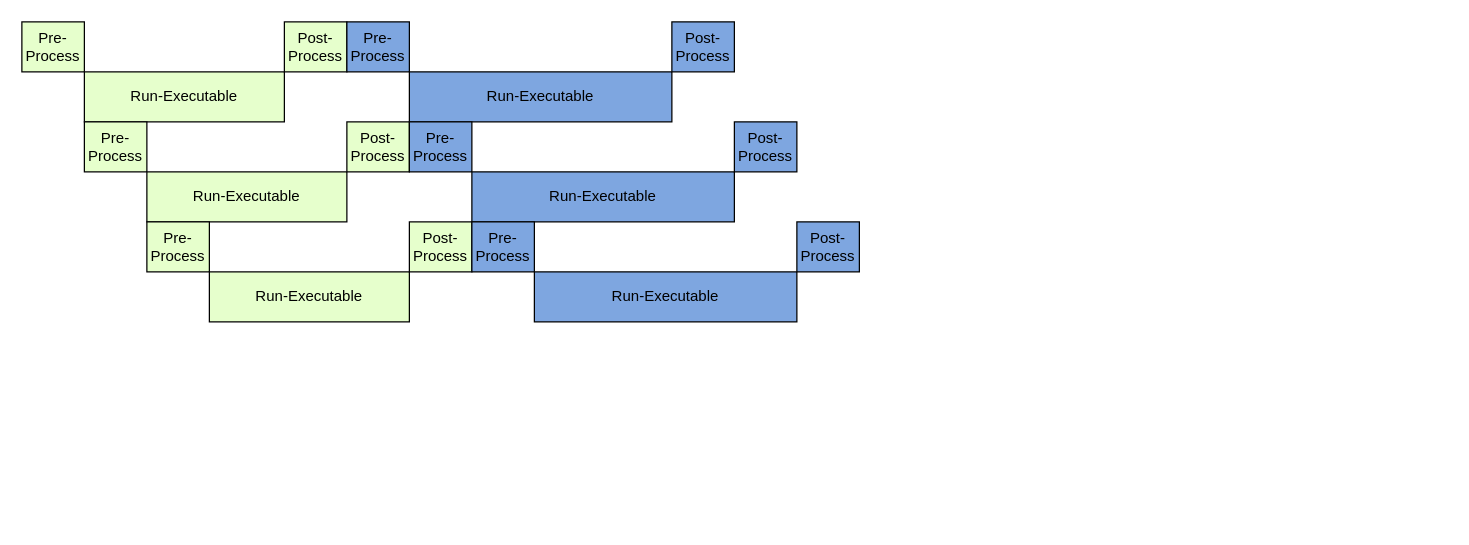
Before: page "Page-4" (4 of 4) of cqm_inter_sync.drawio in huntershuai/file_sync, a draw.io diagram. Source tidied: cells renumbered, new cells numbered last; positions are measured from the earlier drawing's top-left corner, leaving out a move shared by most shapes. Both pictures are drawn from the tidied source at 125%, with x=0, y=0 at pixel (21, 21).
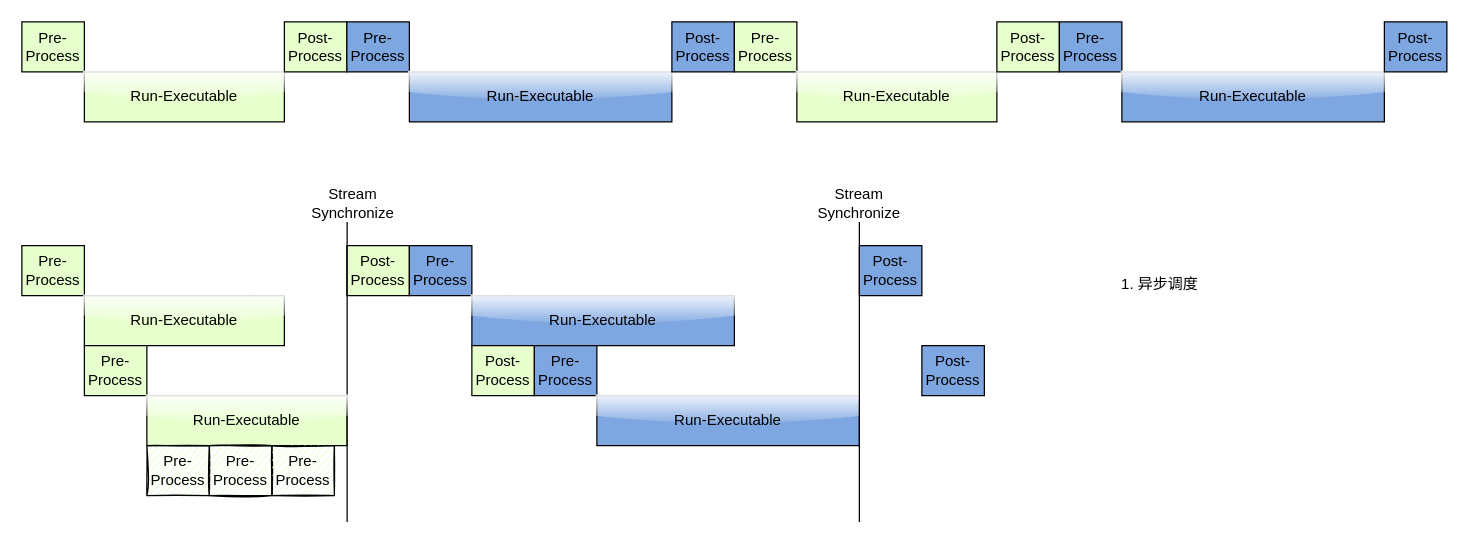
After the change.

What changed in the source:
```diff
@@
-    <mxCell id="3" value="Run-Executable" style="rounded=0;whiteSpace=wrap;html=1;fillColor=#E6FFCC;" parent="1" vertex="1">
+    <mxCell id="3" value="Run-Executable" style="rounded=0;whiteSpace=wrap;html=1;fillColor=#E6FFCC;glass=1;" parent="1" vertex="1">
       <mxGeometry x="50" y="40" width="160" height="40" as="geometry" />
     </mxCell>
@@
-    <mxCell id="6" value="Run-Executable" style="rounded=0;whiteSpace=wrap;html=1;fillColor=#7EA6E0;" parent="1" vertex="1">
+    <mxCell id="6" value="Run-Executable" style="rounded=0;whiteSpace=wrap;html=1;fillColor=#7EA6E0;glass=1;" parent="1" vertex="1">
       <mxGeometry x="310" y="40" width="210" height="40" as="geometry" />
     </mxCell>
@@
-    <mxCell id="8" value="Pre-Process" style="rounded=0;whiteSpace=wrap;html=1;fillColor=#E6FFCC;" parent="1" vertex="1">
-      <mxGeometry x="50" y="80" width="50" height="40" as="geometry" />
-    </mxCell>
-    <mxCell id="9" value="Run-Executable" style="rounded=0;whiteSpace=wrap;html=1;fillColor=#E6FFCC;" parent="1" vertex="1">
-      <mxGeometry x="100" y="120" width="160" height="40" as="geometry" />
-    </mxCell>
-    <mxCell id="10" value="Post-Process" style="rounded=0;whiteSpace=wrap;html=1;fillColor=#E6FFCC;" parent="1" vertex="1">
-      <mxGeometry x="260" y="80" width="50" height="40" as="geometry" />
-    </mxCell>
-    <mxCell id="11" value="Pre-Process" style="rounded=0;whiteSpace=wrap;html=1;fillColor=#7EA6E0;" parent="1" vertex="1">
-      <mxGeometry x="310" y="80" width="50" height="40" as="geometry" />
-    </mxCell>
-    <mxCell id="12" value="Run-Executable" style="rounded=0;whiteSpace=wrap;html=1;fillColor=#7EA6E0;" parent="1" vertex="1">
-      <mxGeometry x="360" y="120" width="210" height="40" as="geometry" />
-    </mxCell>
-    <mxCell id="13" value="Post-Process" style="rounded=0;whiteSpace=wrap;html=1;fillColor=#7EA6E0;" parent="1" vertex="1">
-      <mxGeometry x="570" y="80" width="50" height="40" as="geometry" />
-    </mxCell>
-    <mxCell id="14" value="Pre-Process" style="rounded=0;whiteSpace=wrap;html=1;fillColor=#E6FFCC;" parent="1" vertex="1">
-      <mxGeometry x="100" y="160" width="50" height="40" as="geometry" />
-    </mxCell>
-    <mxCell id="15" value="Run-Executable" style="rounded=0;whiteSpace=wrap;html=1;fillColor=#E6FFCC;" parent="1" vertex="1">
-      <mxGeometry x="150" y="200" width="160" height="40" as="geometry" />
-    </mxCell>
-    <mxCell id="16" value="Post-Process" style="rounded=0;whiteSpace=wrap;html=1;fillColor=#E6FFCC;" parent="1" vertex="1">
-      <mxGeometry x="310" y="160" width="50" height="40" as="geometry" />
-    </mxCell>
-    <mxCell id="17" value="Pre-Process" style="rounded=0;whiteSpace=wrap;html=1;fillColor=#7EA6E0;" parent="1" vertex="1">
-      <mxGeometry x="360" y="160" width="50" height="40" as="geometry" />
-    </mxCell>
-    <mxCell id="18" value="Run-Executable" style="rounded=0;whiteSpace=wrap;html=1;fillColor=#7EA6E0;" parent="1" vertex="1">
-      <mxGeometry x="410" y="200" width="210" height="40" as="geometry" />
-    </mxCell>
-    <mxCell id="19" value="Post-Process" style="rounded=0;whiteSpace=wrap;html=1;fillColor=#7EA6E0;" parent="1" vertex="1">
-      <mxGeometry x="620" y="160" width="50" height="40" as="geometry" />
-    </mxCell>
+    <mxCell id="20" value="Pre-Process" style="rounded=0;whiteSpace=wrap;html=1;fillColor=#E6FFCC;" parent="1" vertex="1">
+      <mxGeometry y="179" width="50" height="40" as="geometry" />
+    </mxCell>
+    <mxCell id="21" value="Run-Executable" style="rounded=0;whiteSpace=wrap;html=1;fillColor=#E6FFCC;gradientColor=none;glass=1;sketch=0;shadow=0;" parent="1" vertex="1">
+      <mxGeometry x="50" y="219" width="160" height="40" as="geometry" />
+    </mxCell>
+    <mxCell id="22" value="Post-Process" style="rounded=0;whiteSpace=wrap;html=1;fillColor=#E6FFCC;" parent="1" vertex="1">
+      <mxGeometry x="260" y="179" width="50" height="40" as="geometry" />
+    </mxCell>
+    <mxCell id="23" value="Pre-Process" style="rounded=0;whiteSpace=wrap;html=1;fillColor=#7EA6E0;" parent="1" vertex="1">
+      <mxGeometry x="310" y="179" width="50" height="40" as="geometry" />
+    </mxCell>
+    <mxCell id="24" value="Run-Executable" style="rounded=0;whiteSpace=wrap;html=1;fillColor=#7EA6E0;glass=1;" parent="1" vertex="1">
+      <mxGeometry x="360" y="219" width="210" height="40" as="geometry" />
+    </mxCell>
+    <mxCell id="25" value="Post-Process" style="rounded=0;whiteSpace=wrap;html=1;fillColor=#7EA6E0;" parent="1" vertex="1">
+      <mxGeometry x="670" y="179" width="50" height="40" as="geometry" />
+    </mxCell>
+    <mxCell id="26" value="Pre-Process" style="rounded=0;whiteSpace=wrap;html=1;fillColor=#E6FFCC;" parent="1" vertex="1">
+      <mxGeometry x="50" y="259" width="50" height="40" as="geometry" />
+    </mxCell>
+    <mxCell id="27" value="Post-Process" style="rounded=0;whiteSpace=wrap;html=1;fillColor=#E6FFCC;" parent="1" vertex="1">
+      <mxGeometry x="360" y="259" width="50" height="40" as="geometry" />
+    </mxCell>
+    <mxCell id="28" value="Pre-Process" style="rounded=0;whiteSpace=wrap;html=1;fillColor=#7EA6E0;" parent="1" vertex="1">
+      <mxGeometry x="410" y="259" width="50" height="40" as="geometry" />
+    </mxCell>
+    <mxCell id="29" value="Run-Executable" style="rounded=0;whiteSpace=wrap;html=1;fillColor=#7EA6E0;glass=1;" parent="1" vertex="1">
+      <mxGeometry x="460" y="299" width="210" height="40" as="geometry" />
+    </mxCell>
+    <mxCell id="30" value="Post-Process" style="rounded=0;whiteSpace=wrap;html=1;fillColor=#7EA6E0;" parent="1" vertex="1">
+      <mxGeometry x="720" y="259" width="50" height="40" as="geometry" />
+    </mxCell>
+    <mxCell id="31" style="endArrow=none;html=1;rounded=0;" parent="1" edge="1">
+      <mxGeometry relative="1" as="geometry">
+        <mxPoint x="260.2" y="400" as="sourcePoint" />
+        <mxPoint x="260.2" y="160" as="targetPoint" />
+      </mxGeometry>
+    </mxCell>
+    <mxCell id="32" value="Run-Executable" style="rounded=0;whiteSpace=wrap;html=1;fillColor=#E6FFCC;gradientColor=none;glass=1;sketch=0;shadow=0;" parent="1" vertex="1">
+      <mxGeometry x="100" y="299" width="160" height="40" as="geometry" />
+    </mxCell>
+    <mxCell id="33" style="endArrow=none;html=1;rounded=0;" parent="1" edge="1">
+      <mxGeometry relative="1" as="geometry">
+        <mxPoint x="670" y="400" as="sourcePoint" />
+        <mxPoint x="670" y="160" as="targetPoint" />
+      </mxGeometry>
+    </mxCell>
+    <mxCell id="34" value="Stream Synchronize" style="text;html=1;strokeColor=none;fillColor=none;align=center;verticalAlign=middle;whiteSpace=wrap;rounded=0;shadow=0;glass=1;sketch=0;" parent="1" vertex="1">
+      <mxGeometry x="235" y="130" width="60" height="30" as="geometry" />
+    </mxCell>
+    <mxCell id="35" value="Stream Synchronize" style="text;html=1;strokeColor=none;fillColor=none;align=center;verticalAlign=middle;whiteSpace=wrap;rounded=0;shadow=0;glass=1;sketch=0;" parent="1" vertex="1">
+      <mxGeometry x="640" y="130" width="60" height="30" as="geometry" />
+    </mxCell>
+    <mxCell id="36" value="Pre-Process" style="rounded=0;whiteSpace=wrap;html=1;fillColor=#E6FFCC;" parent="1" vertex="1">
+      <mxGeometry x="570" width="50" height="40" as="geometry" />
+    </mxCell>
+    <mxCell id="37" value="Run-Executable" style="rounded=0;whiteSpace=wrap;html=1;fillColor=#E6FFCC;glass=1;" parent="1" vertex="1">
+      <mxGeometry x="620" y="40" width="160" height="40" as="geometry" />
+    </mxCell>
+    <mxCell id="38" value="Post-Process" style="rounded=0;whiteSpace=wrap;html=1;fillColor=#E6FFCC;" parent="1" vertex="1">
+      <mxGeometry x="780" width="50" height="40" as="geometry" />
+    </mxCell>
+    <mxCell id="39" value="Pre-Process" style="rounded=0;whiteSpace=wrap;html=1;fillColor=#7EA6E0;" parent="1" vertex="1">
+      <mxGeometry x="830" width="50" height="40" as="geometry" />
+    </mxCell>
+    <mxCell id="40" value="Run-Executable" style="rounded=0;whiteSpace=wrap;html=1;fillColor=#7EA6E0;glass=1;" parent="1" vertex="1">
+      <mxGeometry x="880" y="40" width="210" height="40" as="geometry" />
+    </mxCell>
+    <mxCell id="41" value="Post-Process" style="rounded=0;whiteSpace=wrap;html=1;fillColor=#7EA6E0;" parent="1" vertex="1">
+      <mxGeometry x="1090" width="50" height="40" as="geometry" />
+    </mxCell>
+    <mxCell id="42" value="Pre-Process" style="rounded=0;whiteSpace=wrap;html=1;fillColor=#E6FFCC;sketch=1;" parent="1" vertex="1">
+      <mxGeometry x="100" y="339" width="50" height="40" as="geometry" />
+    </mxCell>
+    <mxCell id="43" value="1. 异步调度" style="text;html=1;align=center;verticalAlign=middle;strokeColor=none;fillColor=none;" parent="1" vertex="1">
+      <mxGeometry x="870" y="195" width="80" height="30" as="geometry" />
+    </mxCell>
+    <mxCell id="44" value="Pre-Process" style="rounded=0;whiteSpace=wrap;html=1;fillColor=#E6FFCC;sketch=1;" parent="1" vertex="1">
+      <mxGeometry x="150" y="339" width="50" height="40" as="geometry" />
+    </mxCell>
+    <mxCell id="45" value="Pre-Process" style="rounded=0;whiteSpace=wrap;html=1;fillColor=#E6FFCC;sketch=1;" parent="1" vertex="1">
+      <mxGeometry x="200" y="339" width="50" height="40" as="geometry" />
+    </mxCell>
```
